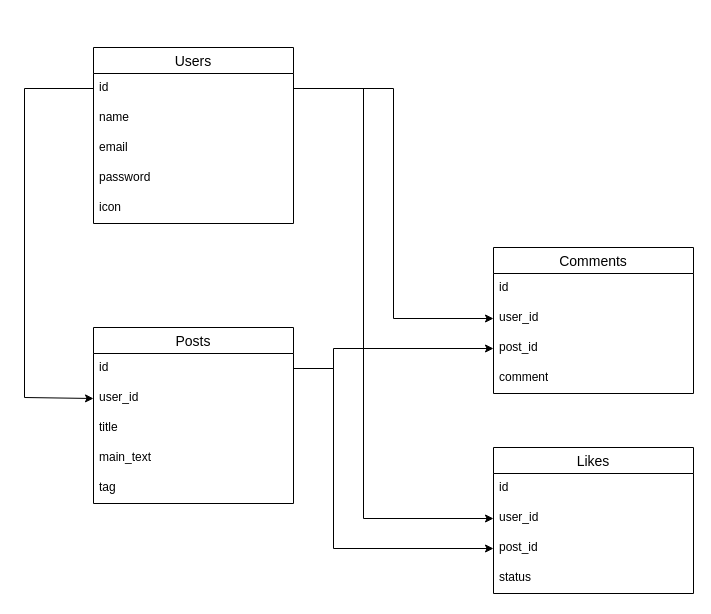
This is ER図.drawio from sakinaga1110/laravel_bbs, a draw.io file, before an edit. Source tidied: cells renumbered, new cells numbered last; positions are measured from the earlier drawing's top-left corner, leaving out a move shared by most shapes. Both pictures are drawn from the tidied source at 100%, with x=0, y=0 at pixel (24, 47).
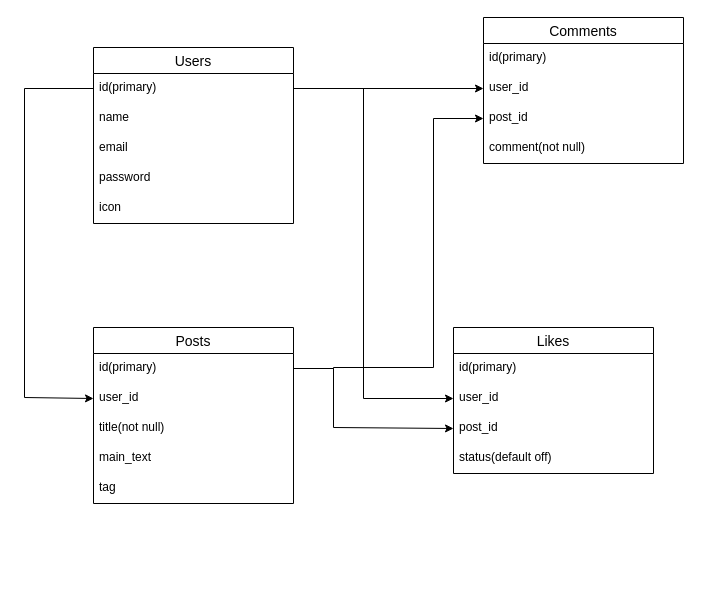
After the change.

Commit message:
ER図.drawio を更新します

Unchanged cells that the change refers to:
```xml
<mxCell id="2" value="Users" style="swimlane;fontStyle=0;horizontal=1;startSize=26;align=center;fontSize=14;" parent="1" vertex="1">
  <mxGeometry x="69" width="200" height="176" as="geometry" />
</mxCell>
<mxCell id="10" value="user_id" style="text;strokeColor=none;fillColor=none;spacingLeft=4;spacingRight=4;overflow=hidden;points=[[0,0.5],[1,0.5]];portConstraint=eastwest;fontSize=12;whiteSpace=wrap;html=1;" parent="8" vertex="1">
  <mxGeometry y="56" width="200" height="30" as="geometry" />
</mxCell>
<mxCell id="11" value="post_id" style="text;strokeColor=none;fillColor=none;spacingLeft=4;spacingRight=4;overflow=hidden;points=[[0,0.5],[1,0.5]];portConstraint=eastwest;fontSize=12;whiteSpace=wrap;html=1;" parent="8" vertex="1">
  <mxGeometry y="86" width="200" height="30" as="geometry" />
</mxCell>
<mxCell id="13" value="Posts" style="swimlane;fontStyle=0;horizontal=1;startSize=26;align=center;fontSize=14;" parent="1" vertex="1">
  <mxGeometry x="69" y="280" width="200" height="176" as="geometry" />
</mxCell>
<mxCell id="22" value="post_id" style="text;strokeColor=none;fillColor=none;spacingLeft=4;spacingRight=4;overflow=hidden;points=[[0,0.5],[1,0.5]];portConstraint=eastwest;fontSize=12;whiteSpace=wrap;html=1;" parent="19" vertex="1">
  <mxGeometry y="86" width="200" height="30" as="geometry" />
</mxCell>
```

What changed in the source:
```diff
@@
-    <mxCell id="3" value="id&lt;br&gt;" style="text;strokeColor=none;fillColor=none;spacingLeft=4;spacingRight=4;overflow=hidden;points=[[0,0.5],[1,0.5]];portConstraint=eastwest;fontSize=12;whiteSpace=wrap;html=1;" parent="2" vertex="1">
+    <mxCell id="3" value="id(primary)" style="text;strokeColor=none;fillColor=none;spacingLeft=4;spacingRight=4;overflow=hidden;points=[[0,0.5],[1,0.5]];portConstraint=eastwest;fontSize=12;whiteSpace=wrap;html=1;" parent="2" vertex="1">
       <mxGeometry y="26" width="200" height="30" as="geometry" />
     </mxCell>
-    <mxCell id="4" value="name&lt;br&gt;" style="text;strokeColor=none;fillColor=none;spacingLeft=4;spacingRight=4;overflow=hidden;fontSize=12;whiteSpace=wrap;html=1;" parent="2" vertex="1">
+    <mxCell id="4" value="name" style="text;strokeColor=none;fillColor=none;spacingLeft=4;spacingRight=4;overflow=hidden;fontSize=12;whiteSpace=wrap;html=1;" parent="2" vertex="1">
       <mxGeometry y="56" width="200" height="30" as="geometry" />
     </mxCell>
@@
     <mxCell id="8" value="Likes" style="swimlane;fontStyle=0;horizontal=1;startSize=26;align=center;fontSize=14;" parent="1" vertex="1">
-      <mxGeometry x="469" y="400" width="200" height="146" as="geometry" />
+      <mxGeometry x="429" y="280" width="200" height="146" as="geometry" />
     </mxCell>
-    <mxCell id="9" value="id" style="text;strokeColor=none;fillColor=none;spacingLeft=4;spacingRight=4;overflow=hidden;fontSize=12;whiteSpace=wrap;html=1;" parent="8" vertex="1">
+    <mxCell id="9" value="id(primary)" style="text;strokeColor=none;fillColor=none;spacingLeft=4;spacingRight=4;overflow=hidden;fontSize=12;whiteSpace=wrap;html=1;" parent="8" vertex="1">
       <mxGeometry y="26" width="200" height="30" as="geometry" />
     </mxCell>
@@
-    <mxCell id="12" value="status" style="text;strokeColor=none;fillColor=none;spacingLeft=4;spacingRight=4;overflow=hidden;fontSize=12;whiteSpace=wrap;html=1;" parent="8" vertex="1">
+    <mxCell id="12" value="status(default off)" style="text;strokeColor=none;fillColor=none;spacingLeft=4;spacingRight=4;overflow=hidden;fontSize=12;whiteSpace=wrap;html=1;" parent="8" vertex="1">
       <mxGeometry y="116" width="200" height="30" as="geometry" />
     </mxCell>
@@
-    <mxCell id="14" value="id" style="text;strokeColor=none;fillColor=none;spacingLeft=4;spacingRight=4;overflow=hidden;points=[[0,0.5],[1,0.5]];portConstraint=eastwest;fontSize=12;whiteSpace=wrap;html=1;" parent="13" vertex="1">
+    <mxCell id="14" value="id(primary)" style="text;strokeColor=none;fillColor=none;spacingLeft=4;spacingRight=4;overflow=hidden;points=[[0,0.5],[1,0.5]];portConstraint=eastwest;fontSize=12;whiteSpace=wrap;html=1;" parent="13" vertex="1">
       <mxGeometry y="26" width="200" height="30" as="geometry" />
     </mxCell>
@@
-    <mxCell id="16" value="title" style="text;strokeColor=none;fillColor=none;spacingLeft=4;spacingRight=4;overflow=hidden;fontSize=12;whiteSpace=wrap;html=1;" parent="13" vertex="1">
+    <mxCell id="16" value="title(not null)" style="text;strokeColor=none;fillColor=none;spacingLeft=4;spacingRight=4;overflow=hidden;fontSize=12;whiteSpace=wrap;html=1;" parent="13" vertex="1">
       <mxGeometry y="86" width="200" height="30" as="geometry" />
     </mxCell>
@@
     <mxCell id="19" value="Comments" style="swimlane;fontStyle=0;horizontal=1;startSize=26;align=center;fontSize=14;" parent="1" vertex="1">
-      <mxGeometry x="469" y="200" width="200" height="146" as="geometry" />
+      <mxGeometry x="459" y="-30" width="200" height="146" as="geometry" />
     </mxCell>
-    <mxCell id="20" value="id" style="text;strokeColor=none;fillColor=none;spacingLeft=4;spacingRight=4;overflow=hidden;fontSize=12;whiteSpace=wrap;html=1;" parent="19" vertex="1">
+    <mxCell id="20" value="id(primary)" style="text;strokeColor=none;fillColor=none;spacingLeft=4;spacingRight=4;overflow=hidden;fontSize=12;whiteSpace=wrap;html=1;" parent="19" vertex="1">
       <mxGeometry y="26" width="200" height="30" as="geometry" />
     </mxCell>
@@
-    <mxCell id="23" value="comment&lt;br&gt;" style="text;strokeColor=none;fillColor=none;spacingLeft=4;spacingRight=4;overflow=hidden;fontSize=12;whiteSpace=wrap;html=1;" parent="19" vertex="1">
+    <mxCell id="23" value="comment(not null)" style="text;strokeColor=none;fillColor=none;spacingLeft=4;spacingRight=4;overflow=hidden;fontSize=12;whiteSpace=wrap;html=1;" parent="19" vertex="1">
       <mxGeometry y="116" width="200" height="30" as="geometry" />
     </mxCell>
@@
     <mxCell id="26" style="edgeStyle=orthogonalEdgeStyle;rounded=0;jettySize=auto;html=1;exitX=1;exitY=0.5;exitDx=0;exitDy=0;entryX=0;entryY=0.5;entryDx=0;entryDy=0;" parent="1" edge="1" source="3" target="10">
       <mxGeometry relative="1" as="geometry">
         <Array as="points">
           <mxPoint x="339" y="41" />
-          <mxPoint x="339" y="471" />
+          <mxPoint x="339" y="351" />
         </Array>
       </mxGeometry>
     </mxCell>
     <mxCell id="27" style="edgeStyle=orthogonalEdgeStyle;rounded=0;jettySize=auto;html=1;exitX=1;exitY=0.5;exitDx=0;exitDy=0;entryX=0;entryY=0.5;entryDx=0;entryDy=0;" parent="1" edge="1" source="14" target="11">
       <mxGeometry relative="1" as="geometry">
         <Array as="points">
           <mxPoint x="309" y="321" />
-          <mxPoint x="309" y="501" />
+          <mxPoint x="309" y="380" />
         </Array>
       </mxGeometry>
     </mxCell>
     <mxCell id="28" style="edgeStyle=orthogonalEdgeStyle;rounded=0;jettySize=auto;html=1;exitX=1;exitY=0.5;exitDx=0;exitDy=0;entryX=0;entryY=0.5;entryDx=0;entryDy=0;" parent="1" edge="1" source="14" target="22">
       <mxGeometry relative="1" as="geometry">
         <Array as="points">
           <mxPoint x="309" y="321" />
-          <mxPoint x="309" y="301" />
+          <mxPoint x="309" y="320" />
+          <mxPoint x="409" y="320" />
+          <mxPoint x="409" y="71" />
         </Array>
       </mxGeometry>
     </mxCell>
```
